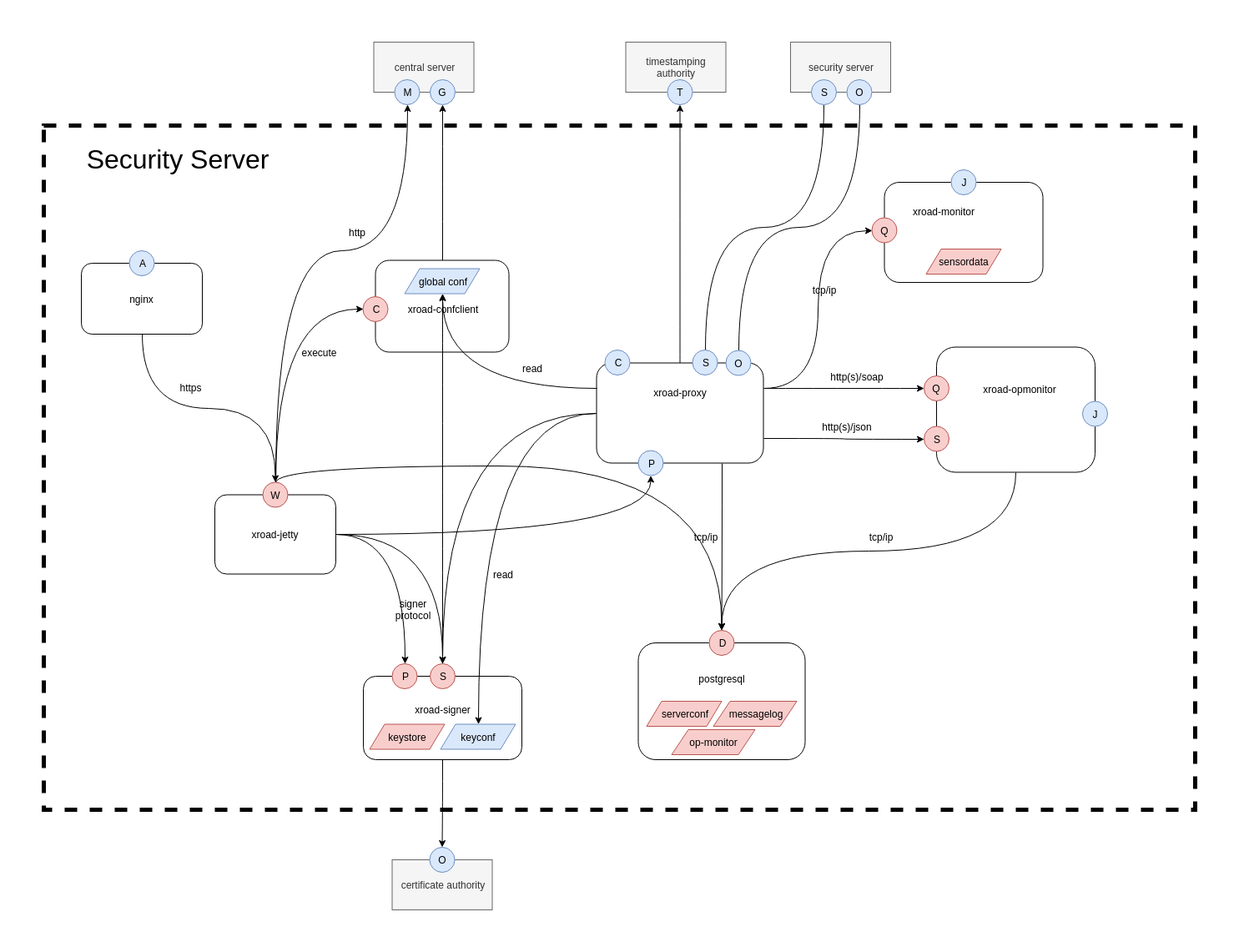
Before: doc/Architecture/img/arc-ss_security_server_process_diagram.png, a diagram exported from draw.io (nordic-institute/X-Road). Source tidied: cells renumbered, new cells last; positions are measured from the earlier drawing's top-left corner, leaving out a move shared by most shapes.
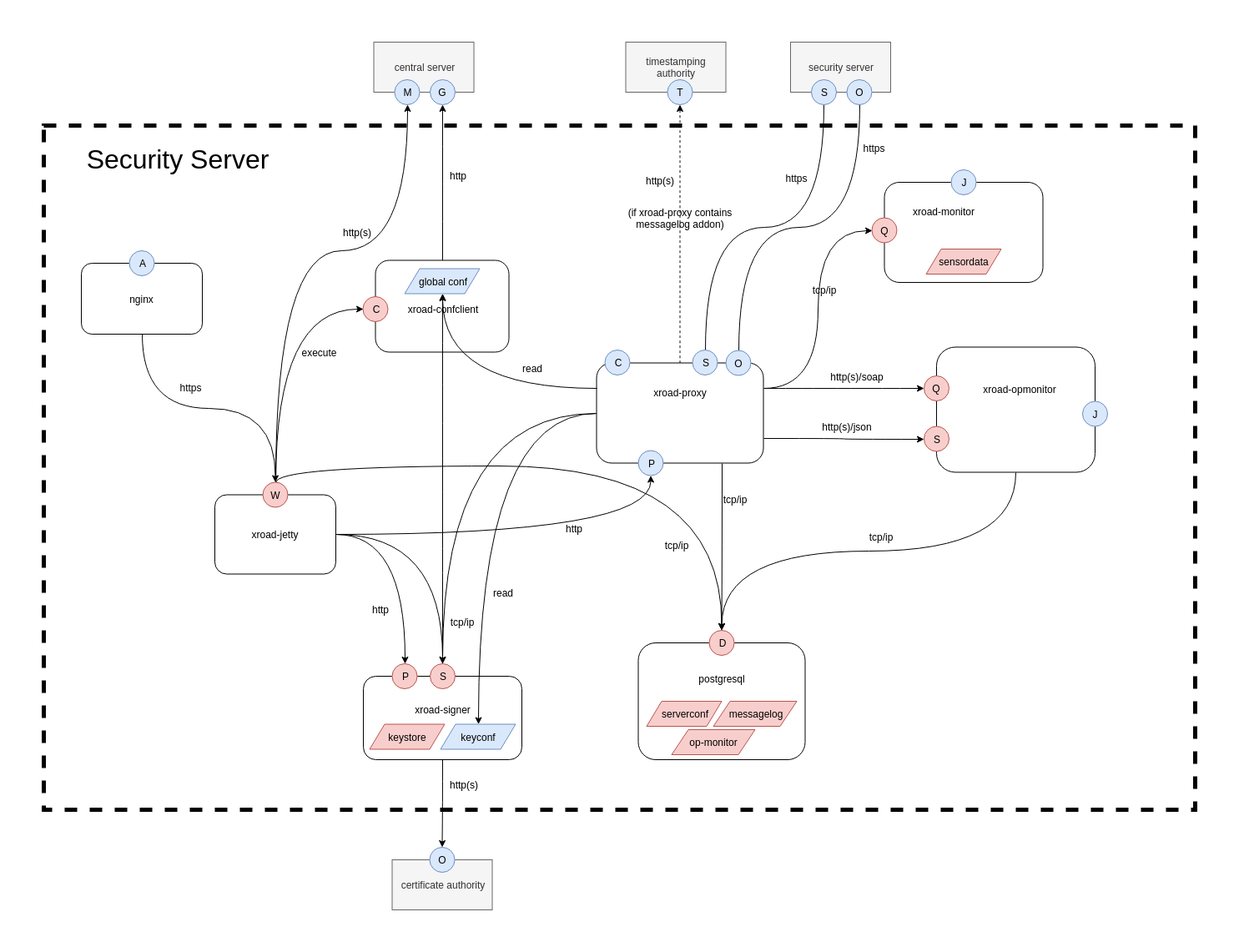
After the commit.

Commit message:
XRDDEV-125 update Security Server process diagram

What changed in the source:
```diff
@@ -17,7 +17,7 @@
     <mxCell id="6" style="edgeStyle=orthogonalEdgeStyle;curved=1;rounded=0;jettySize=auto;html=1;entryX=0;entryY=0.5;entryDx=0;entryDy=0;exitX=1;exitY=0.25;exitDx=0;exitDy=0;" parent="1" edge="1" source="9" target="37">
       <mxGeometry relative="1" as="geometry" />
     </mxCell>
-    <mxCell id="7" style="edgeStyle=orthogonalEdgeStyle;curved=1;rounded=0;jettySize=auto;html=1;" parent="1" edge="1" source="9" target="73">
+    <mxCell id="7" style="edgeStyle=orthogonalEdgeStyle;curved=1;rounded=0;jettySize=auto;html=1;dashed=1;" parent="1" edge="1" source="9" target="73">
       <mxGeometry relative="1" as="geometry" />
     </mxCell>
     <mxCell id="8" style="edgeStyle=orthogonalEdgeStyle;rounded=0;jettySize=auto;html=1;entryX=0.5;entryY=0;entryDx=0;entryDy=0;curved=1;" parent="1" edge="1" source="9" target="29">
@@ -185,13 +185,13 @@
       <mxGeometry x="565" y="381" width="40" height="20" as="geometry" />
     </mxCell>
     <mxCell id="61" value="read" style="text;html=1;strokeColor=none;fillColor=none;align=center;verticalAlign=middle;whiteSpace=wrap;rounded=0;labelBackgroundColor=none;" parent="1" vertex="1">
-      <mxGeometry x="530" y="627.5" width="40" height="20" as="geometry" />
+      <mxGeometry x="530" y="650" width="40" height="20" as="geometry" />
     </mxCell>
-    <mxCell id="62" value="signer protocol" style="text;html=1;strokeColor=none;fillColor=none;align=center;verticalAlign=middle;whiteSpace=wrap;rounded=0;labelBackgroundColor=none;" parent="1" vertex="1">
-      <mxGeometry x="422.5" y="670" width="40" height="20" as="geometry" />
+    <mxCell id="62" value="tcp/ip" style="text;html=1;strokeColor=none;fillColor=none;align=center;verticalAlign=middle;whiteSpace=wrap;rounded=0;labelBackgroundColor=none;" parent="1" vertex="1">
+      <mxGeometry x="480.5" y="685" width="40" height="20" as="geometry" />
     </mxCell>
     <mxCell id="63" value="tcp/ip" style="text;html=1;strokeColor=none;fillColor=none;align=center;verticalAlign=middle;whiteSpace=wrap;rounded=0;labelBackgroundColor=none;" parent="1" vertex="1">
-      <mxGeometry x="772.5" y="582.5" width="40" height="20" as="geometry" />
+      <mxGeometry x="737.5" y="592.5" width="40" height="20" as="geometry" />
     </mxCell>
     <mxCell id="64" value="tcp/ip" style="text;html=1;strokeColor=none;fillColor=none;align=center;verticalAlign=middle;whiteSpace=wrap;rounded=0;labelBackgroundColor=none;" parent="1" vertex="1">
       <mxGeometry x="982.5" y="582.5" width="40" height="20" as="geometry" />
@@ -226,7 +226,7 @@
     <mxCell id="74" value="O" style="ellipse;whiteSpace=wrap;html=1;fillColor=#dae8fc;strokeColor=#6c8ebf;" parent="1" vertex="1">
       <mxGeometry x="462.5" y="965" width="30" height="30" as="geometry" />
     </mxCell>
-    <mxCell id="75" value="http" style="text;html=1;strokeColor=none;fillColor=none;align=center;verticalAlign=middle;whiteSpace=wrap;rounded=0;dashed=1;labelBackgroundColor=none;" parent="1" vertex="1">
+    <mxCell id="75" value="http(s)" style="text;html=1;strokeColor=none;fillColor=none;align=center;verticalAlign=middle;whiteSpace=wrap;rounded=0;dashed=1;labelBackgroundColor=none;" parent="1" vertex="1">
       <mxGeometry x="355" y="217.5" width="40" height="20" as="geometry" />
     </mxCell>
     <mxCell id="76" value="Security Server" style="text;html=1;strokeColor=none;fillColor=none;align=center;verticalAlign=middle;whiteSpace=wrap;rounded=0;fontSize=32;" parent="1" vertex="1">
@@ -247,5 +247,32 @@
     <mxCell id="81" value="O" style="ellipse;whiteSpace=wrap;html=1;fillColor=#dae8fc;strokeColor=#6c8ebf;" parent="1" vertex="1">
       <mxGeometry x="962.5" y="45" width="30" height="30" as="geometry" />
     </mxCell>
+    <mxCell id="82" value="http" style="text;html=1;strokeColor=none;fillColor=none;align=center;verticalAlign=middle;whiteSpace=wrap;rounded=0;" parent="1" vertex="1">
+      <mxGeometry x="475.5" y="150" width="40" height="20" as="geometry" />
+    </mxCell>
+    <mxCell id="83" value="http(s)" style="text;html=1;strokeColor=none;fillColor=none;align=center;verticalAlign=middle;whiteSpace=wrap;rounded=0;dashed=1;labelBackgroundColor=none;" parent="1" vertex="1">
+      <mxGeometry x="717.5" y="156" width="40" height="20" as="geometry" />
+    </mxCell>
+    <mxCell id="84" value="https" style="text;html=1;strokeColor=none;fillColor=none;align=center;verticalAlign=middle;whiteSpace=wrap;rounded=0;labelBackgroundColor=none;labelBorderColor=none;spacingTop=0;spacingRight=0;spacing=2;horizontal=1;" parent="1" vertex="1">
+      <mxGeometry x="881" y="150" width="43" height="26" as="geometry" />
+    </mxCell>
+    <mxCell id="85" value="tcp/ip" style="text;html=1;strokeColor=none;fillColor=none;align=center;verticalAlign=middle;whiteSpace=wrap;rounded=0;labelBackgroundColor=none;" parent="1" vertex="1">
+      <mxGeometry x="807.5" y="537.5" width="40" height="20" as="geometry" />
+    </mxCell>
+    <mxCell id="86" value="http" style="text;html=1;strokeColor=none;fillColor=none;align=center;verticalAlign=middle;whiteSpace=wrap;rounded=0;" parent="1" vertex="1">
+      <mxGeometry x="615" y="572.5" width="40" height="20" as="geometry" />
+    </mxCell>
+    <mxCell id="87" value="http" style="text;html=1;strokeColor=none;fillColor=none;align=center;verticalAlign=middle;whiteSpace=wrap;rounded=0;" parent="1" vertex="1">
+      <mxGeometry x="382.5" y="670" width="40" height="20" as="geometry" />
+    </mxCell>
+    <mxCell id="88" value="http(s)" style="text;html=1;strokeColor=none;fillColor=none;align=center;verticalAlign=middle;whiteSpace=wrap;rounded=0;dashed=1;labelBackgroundColor=none;" parent="1" vertex="1">
+      <mxGeometry x="482.5" y="880" width="40" height="20" as="geometry" />
+    </mxCell>
+    <mxCell id="89" value="(if xroad-proxy contains messagelog addon)" style="text;html=1;strokeColor=none;fillColor=none;align=center;verticalAlign=middle;whiteSpace=wrap;rounded=0;" parent="1" vertex="1">
+      <mxGeometry x="687.5" y="200.5" width="150" height="20" as="geometry" />
+    </mxCell>
+    <mxCell id="90" value="https" style="text;html=1;strokeColor=none;fillColor=none;align=center;verticalAlign=middle;whiteSpace=wrap;rounded=0;labelBackgroundColor=none;labelBorderColor=none;spacingTop=0;spacingRight=0;spacing=2;horizontal=1;" parent="1" vertex="1">
+      <mxGeometry x="973.5" y="114" width="43" height="26" as="geometry" />
+    </mxCell>
   </root>
 </mxGraphModel>
```
